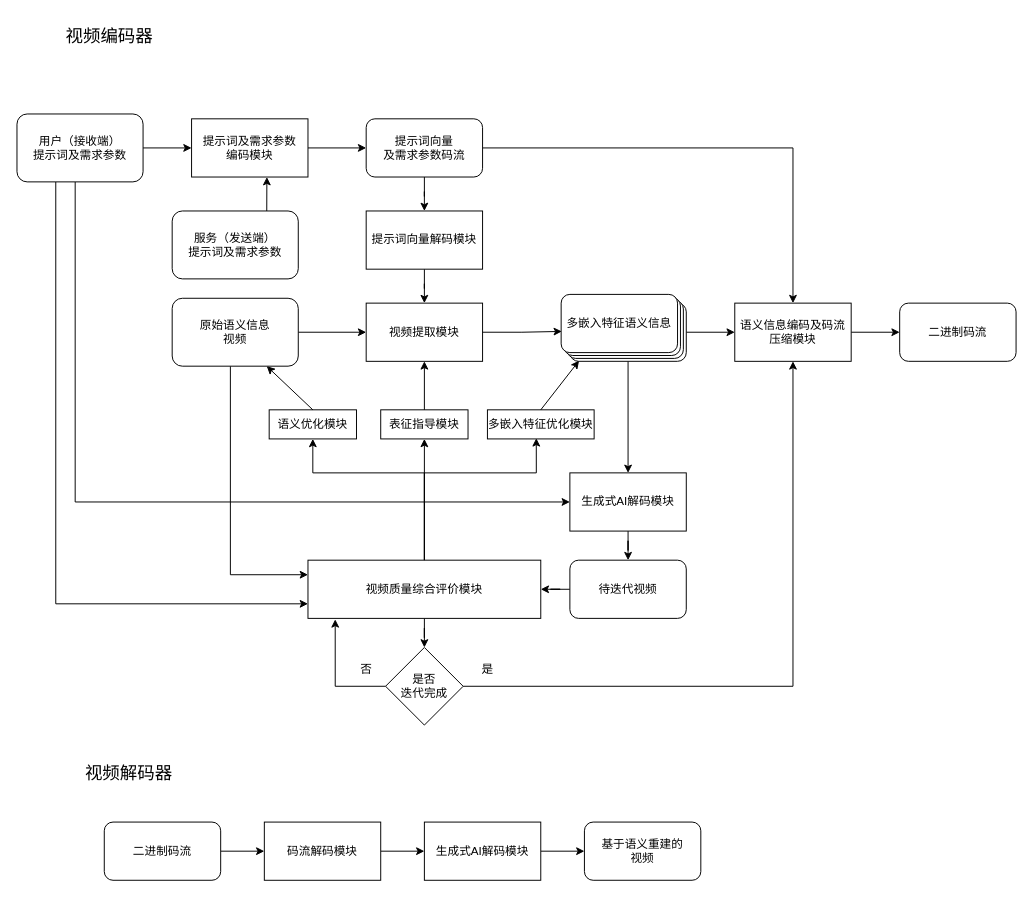
This is 基于生成式AI的多路径多嵌入视频编码系统.drawio from hrf666666/FlowCharts, a draw.io file, before an edit. Source tidied: cells renumbered, new cells numbered last; positions are measured from the earlier drawing's top-left corner, leaving out a move shared by most shapes. Both pictures are drawn from the tidied source at 97%, with x=0, y=0 at pixel (16, 16).
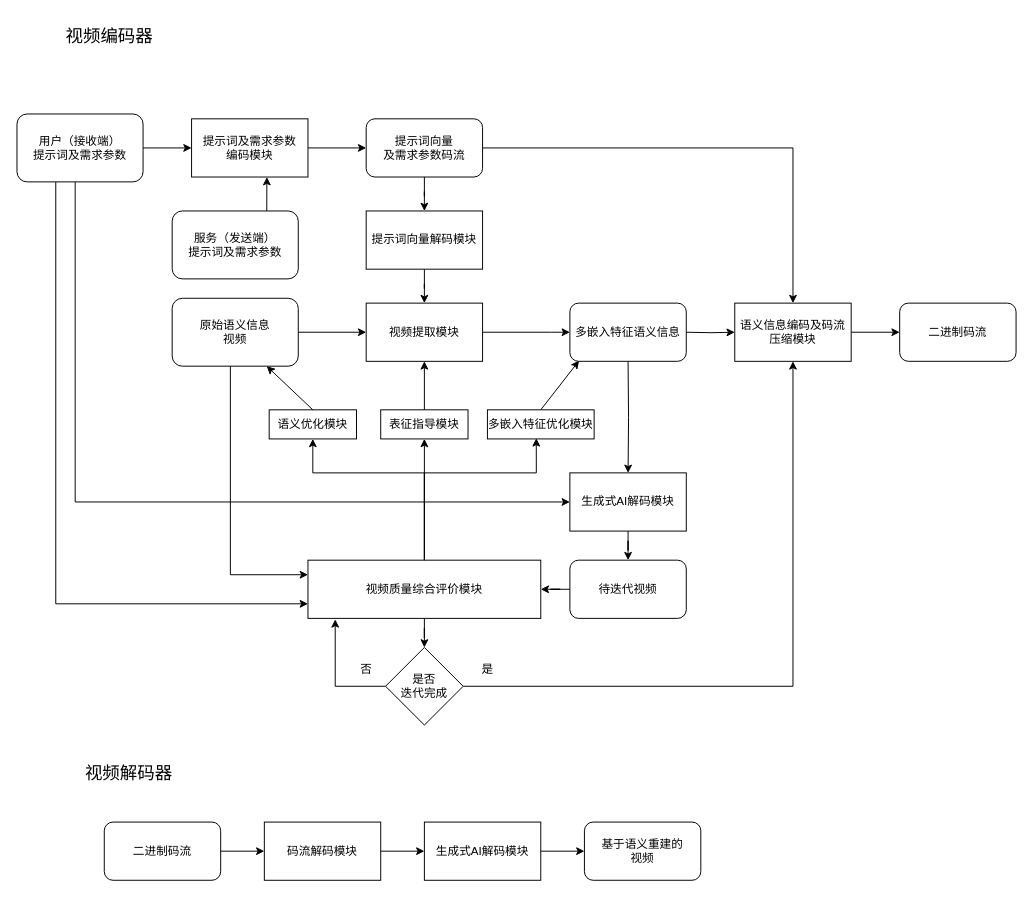
The same diagram, later.

Commit message:
更新基于生成式AI的多路径多嵌入视频编码系统.drawio

The change refers to these unchanged cells:
```xml
<mxCell id="5" value="视频提取模块" style="rounded=0;whiteSpace=wrap;html=1;" parent="1" vertex="1">
  <mxGeometry x="360" y="295" width="120" height="60" as="geometry" />
</mxCell>
<mxCell id="21" value="语义信息编码及码流压缩模块" style="rounded=0;whiteSpace=wrap;html=1;" parent="1" vertex="1">
  <mxGeometry x="740" y="295" width="120" height="60" as="geometry" />
</mxCell>
<mxCell id="24" value="生成式AI解码模块" style="rounded=0;whiteSpace=wrap;html=1;" parent="1" vertex="1">
  <mxGeometry x="570" y="470" width="120" height="60" as="geometry" />
</mxCell>
```

What changed in the source:
```diff
@@
-    <mxCell id="6" style="edgeStyle=orthogonalEdgeStyle;rounded=0;jettySize=auto;html=1;entryX=0;entryY=0.5;entryDx=0;entryDy=0;" parent="1" edge="1" source="8" target="21">
-      <mxGeometry relative="1" as="geometry" />
+    <mxCell id="6" style="edgeStyle=orthogonalEdgeStyle;rounded=0;jettySize=auto;html=1;entryX=0;entryY=0.5;entryDx=0;entryDy=0;" parent="1" edge="1" target="21">
+      <mxGeometry relative="1" as="geometry">
+        <mxPoint x="690" y="325" as="sourcePoint" />
+      </mxGeometry>
     </mxCell>
-    <mxCell id="7" style="edgeStyle=orthogonalEdgeStyle;rounded=0;jettySize=auto;html=1;" parent="1" edge="1" source="8" target="24">
-      <mxGeometry relative="1" as="geometry" />
+    <mxCell id="7" style="edgeStyle=orthogonalEdgeStyle;rounded=0;jettySize=auto;html=1;" parent="1" edge="1" target="24">
+      <mxGeometry relative="1" as="geometry">
+        <mxPoint x="630" y="355" as="sourcePoint" />
+      </mxGeometry>
     </mxCell>
-    <mxCell id="8" style="rounded=1;whiteSpace=wrap;html=1;" parent="1" vertex="1">
-      <mxGeometry x="570" y="295" width="120" height="60" as="geometry" />
-    </mxCell>
@@
-    <mxCell id="37" style="endArrow=classic;html=1;rounded=0;entryX=0.079;entryY=0.989;entryDx=0;entryDy=0;exitX=0.5;exitY=0;exitDx=0;exitDy=0;entryPerimeter=0;" parent="1" edge="1" target="8">
+    <mxCell id="37" style="endArrow=classic;html=1;rounded=0;entryX=0.079;entryY=0.989;entryDx=0;entryDy=0;exitX=0.5;exitY=0;exitDx=0;exitDy=0;entryPerimeter=0;" parent="1" edge="1">
       <mxGeometry relative="1" as="geometry">
         <mxPoint x="540" y="405" as="sourcePoint" />
+        <mxPoint x="579.5" y="354.3" as="targetPoint" />
       </mxGeometry>
     </mxCell>
@@
-    <mxCell id="54" style="rounded=1;whiteSpace=wrap;html=1;" parent="1" vertex="1">
-      <mxGeometry x="567" y="292" width="120" height="60" as="geometry" />
-    </mxCell>
-    <mxCell id="55" style="rounded=1;whiteSpace=wrap;html=1;" parent="1" vertex="1">
-      <mxGeometry x="564" y="289" width="120" height="60" as="geometry" />
-    </mxCell>
     <mxCell id="56" value="多嵌入特征语义信息" style="rounded=1;whiteSpace=wrap;html=1;" parent="1" vertex="1">
-      <mxGeometry x="561" y="286" width="120" height="60" as="geometry" />
+      <mxGeometry x="570" y="295" width="120" height="60" as="geometry" />
     </mxCell>
-    <mxCell id="57" style="edgeStyle=orthogonalEdgeStyle;rounded=0;jettySize=auto;html=1;entryX=0.006;entryY=0.636;entryDx=0;entryDy=0;entryPerimeter=0;" parent="1" edge="1" source="5" target="56">
-      <mxGeometry relative="1" as="geometry" />
+    <mxCell id="57" style="edgeStyle=orthogonalEdgeStyle;rounded=0;jettySize=auto;html=1;entryX=0;entryY=0.5;entryDx=0;entryDy=0;" parent="1" edge="1" source="5" target="56">
+      <mxGeometry relative="1" as="geometry">
+        <Array as="points">
+          <mxPoint x="550" y="325" />
+          <mxPoint x="550" y="325" />
+        </Array>
+      </mxGeometry>
     </mxCell>
```
